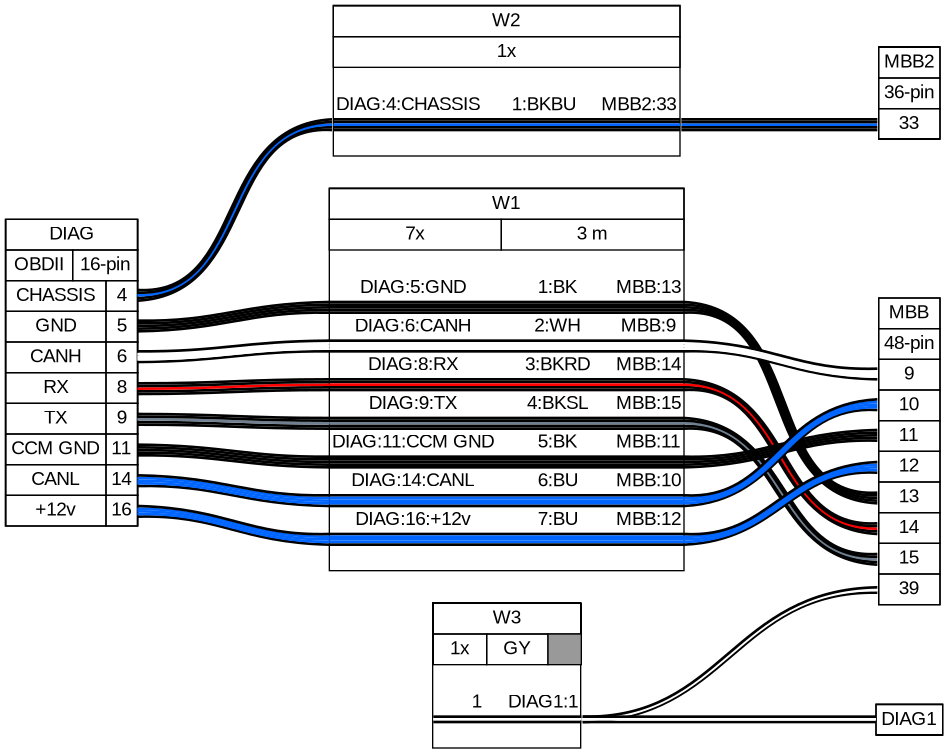
atomicdog/ZeroMotoWireharness keeps this Graphviz diagram as OBDII.png. Above is the earlier version. Its source is kept beside it as OBDII.gv.
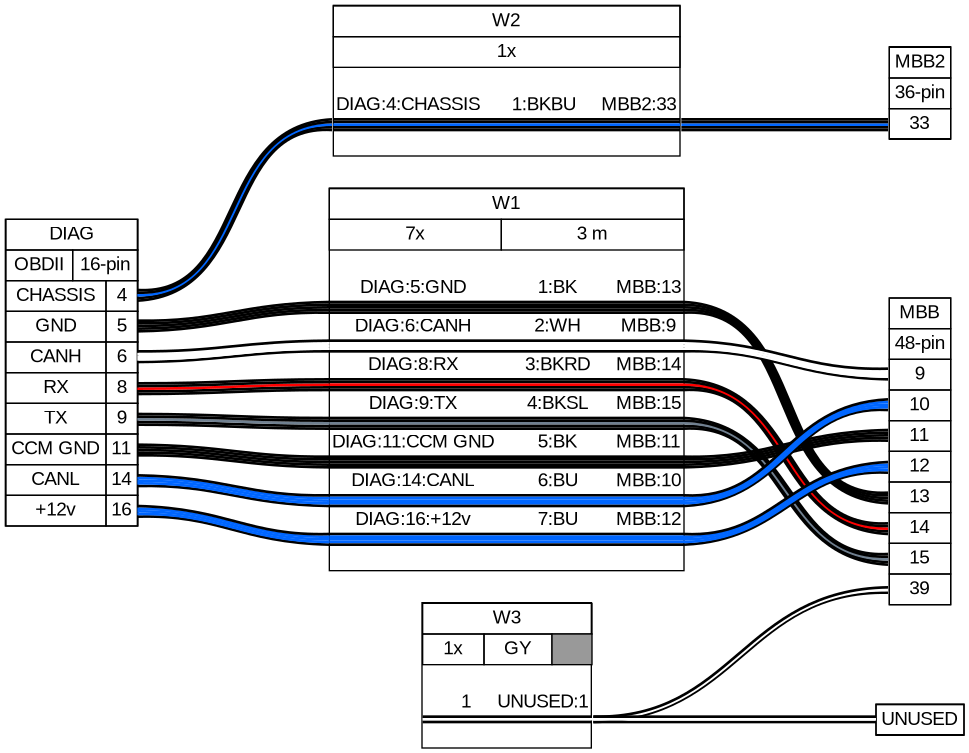
After the change.

Diff of the diagram source:
```diff
@@ -116,11 +116,11 @@
  </td></tr>
 </table>
 > fillcolor="#FFFFFF" shape=box style=filled]
-	DIAG1 [label=<
+	UNUSED [label=<
 <table border="0" cellspacing="0" cellpadding="0">
  <tr><td>
   <table border="0" cellspacing="0" cellpadding="3" cellborder="1"><tr>
-   <td balign="left">DIAG1</td>
+   <td balign="left">UNUSED</td>
   </tr></table>
  </td></tr>
 </table>
@@ -335,7 +335,7 @@
 </table>
 > fillcolor="#FFFFFF" shape=box style=filled]
 	edge [color="#000000:#ffffff:#000000"]
-	W3:w1:e -- DIAG1:w
+	W3:w1:e -- UNUSED:w
 	edge [color="#000000:#ffffff:#000000"]
 	W3:w1:e -- MBB:p39l:w
 	W3 [label=<
@@ -360,7 +360,7 @@
     <td>
      1
     </td>
-    <td>DIAG1:1</td>
+    <td>UNUSED:1</td>
    </tr>
    <tr>
     <td colspan="3" border="0" cellspacing="0" cellpadding="0" port="w1" height="6">
```
